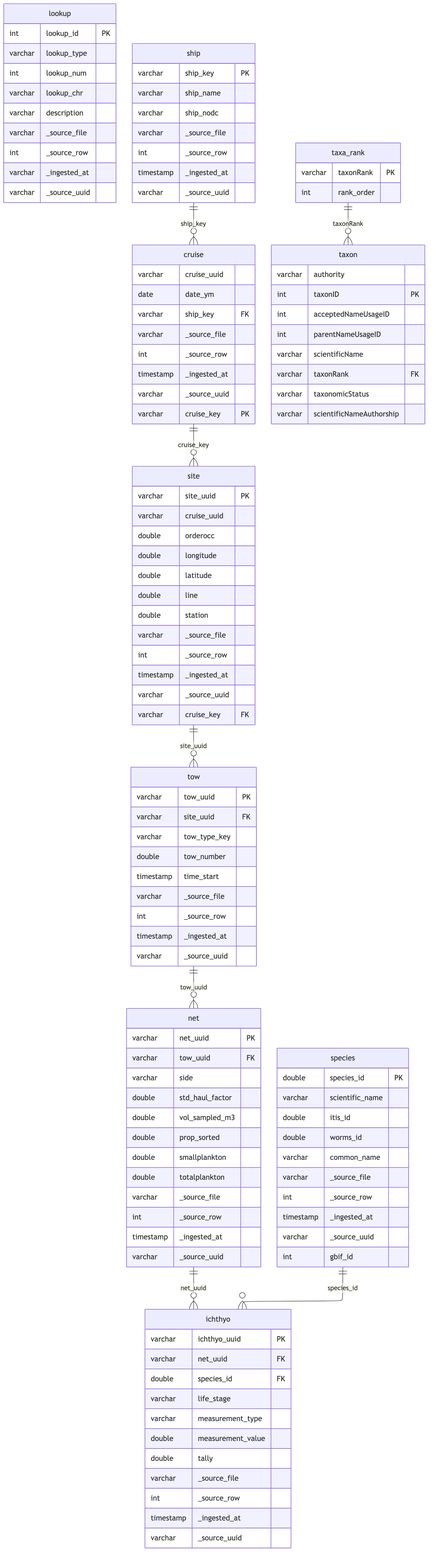
This is _output/ingest_swfsc_ichthyo_files/figure-html/erd_fk-1.png from CalCOFI/workflows, a Mermaid export, as it was before one commit. Its source is kept beside it as _output/ingest_swfsc_ichthyo_files/figure-html/erd_fk-1.mmd. Its diagram source:
```mermaid
---
config:
  layout: elk
---
erDiagram
    cruise {
        varchar cruise_uuid
        date date_ym
        varchar ship_key FK
        varchar _source_file
        int _source_row
        timestamp _ingested_at
        varchar _source_uuid
        varchar cruise_key PK
    }
    ichthyo {
        varchar ichthyo_uuid PK
        varchar net_uuid FK
        double species_id FK
        varchar life_stage
        varchar measurement_type
        double measurement_value
        double tally
        varchar _source_file
        int _source_row
        timestamp _ingested_at
        varchar _source_uuid
    }
    lookup {
        int lookup_id PK
        varchar lookup_type
        int lookup_num
        varchar lookup_chr
        varchar description
        varchar _source_file
        int _source_row
        varchar _ingested_at
        varchar _source_uuid
    }
    net {
        varchar net_uuid PK
        varchar tow_uuid FK
        varchar side
        double std_haul_factor
        double vol_sampled_m3
        double prop_sorted
        double smallplankton
        double totalplankton
        varchar _source_file
        int _source_row
        timestamp _ingested_at
        varchar _source_uuid
    }
    ship {
        varchar ship_key PK
        varchar ship_name
        varchar ship_nodc
        varchar _source_file
        int _source_row
        timestamp _ingested_at
        varchar _source_uuid
    }
    site {
        varchar site_uuid PK
        varchar cruise_uuid
        double orderocc
        double longitude
        double latitude
        double line
        double station
        varchar _source_file
        int _source_row
        timestamp _ingested_at
        varchar _source_uuid
        varchar cruise_key FK
    }
    species {
        double species_id PK
        varchar scientific_name
        double itis_id
        double worms_id
        varchar common_name
        varchar _source_file
        int _source_row
        timestamp _ingested_at
        varchar _source_uuid
        int gbif_id
    }
    taxa_rank {
        varchar taxonRank PK
        int rank_order
    }
    taxon {
        varchar authority
        int taxonID PK
        int acceptedNameUsageID
        int parentNameUsageID
        varchar scientificName
        varchar taxonRank FK
        varchar taxonomicStatus
        varchar scientificNameAuthorship
    }
    tow {
        varchar tow_uuid PK
        varchar site_uuid FK
        varchar tow_type_key
        double tow_number
        timestamp time_start
        varchar _source_file
        int _source_row
        timestamp _ingested_at
        varchar _source_uuid
    }
    net ||--o{ ichthyo : "net_uuid"
    species ||--o{ ichthyo : "species_id"
    tow ||--o{ net : "tow_uuid"
    site ||--o{ tow : "site_uuid"
    cruise ||--o{ site : "cruise_key"
    ship ||--o{ cruise : "ship_key"
    taxa_rank ||--o{ taxon : "taxonRank"
```
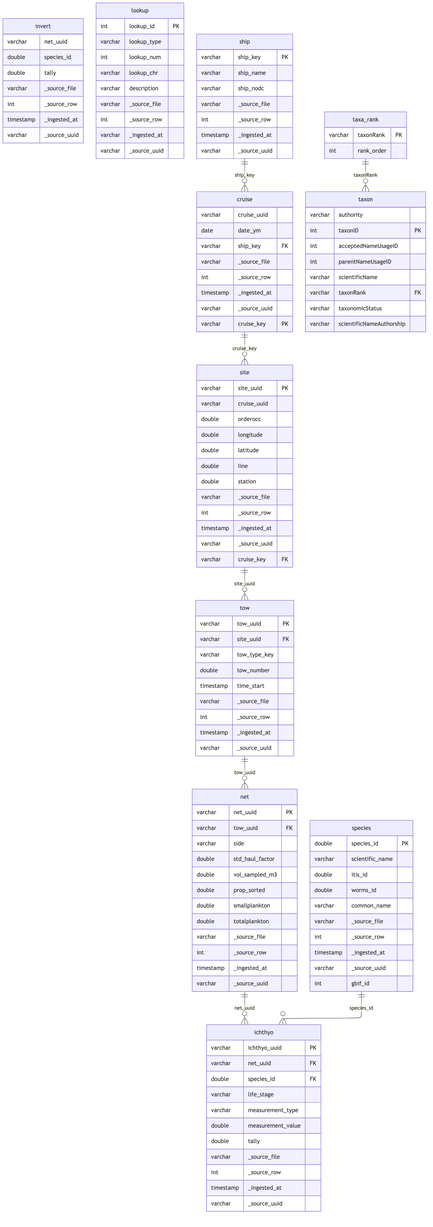
After the commit.

What changed in the source:
```diff
@@ -20,6 +20,15 @@
         varchar life_stage
         varchar measurement_type
         double measurement_value
+        double tally
+        varchar _source_file
+        int _source_row
+        timestamp _ingested_at
+        varchar _source_uuid
+    }
+    invert {
+        varchar net_uuid
+        double species_id
         double tally
         varchar _source_file
         int _source_row
```
